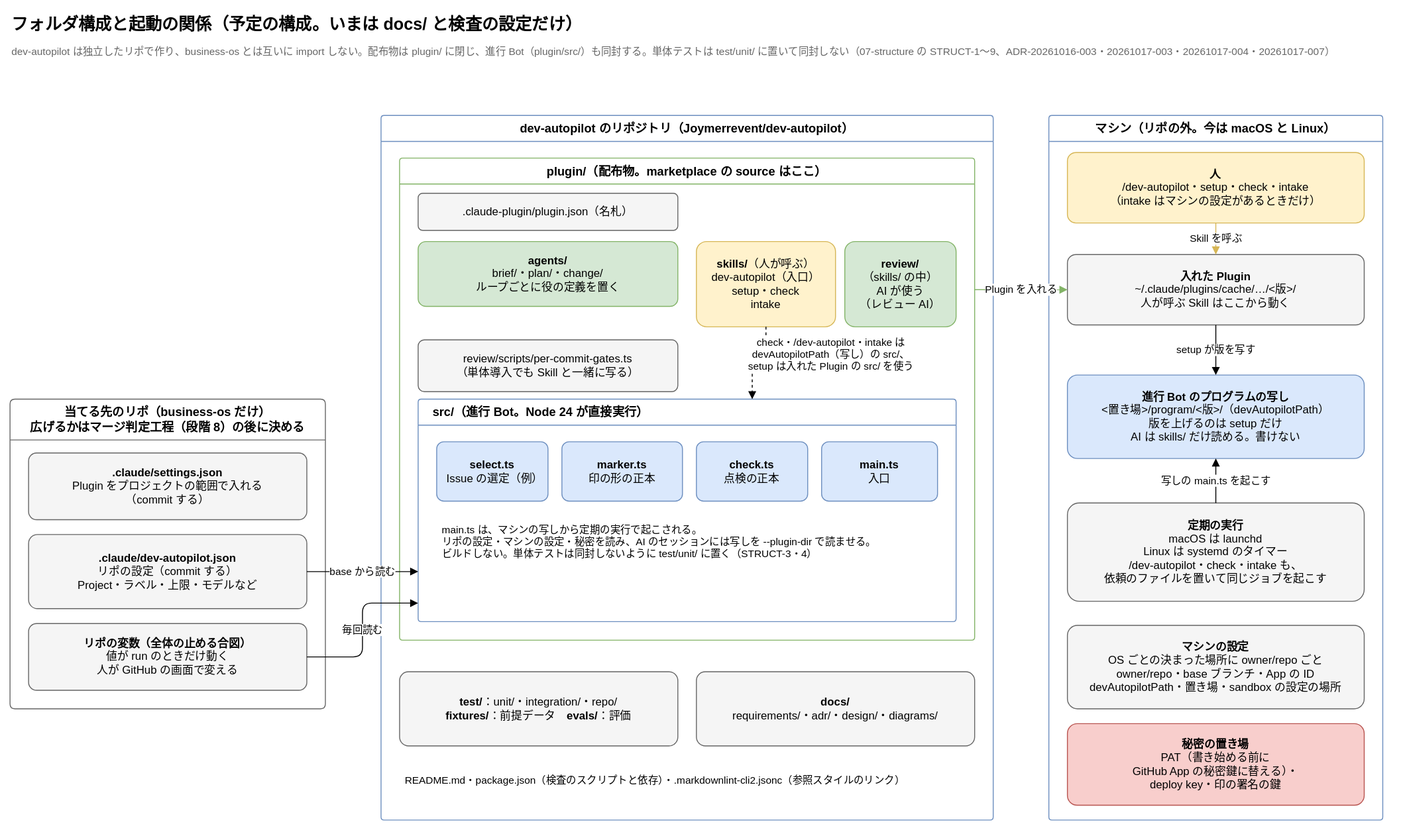
Above: docs/diagrams/structure.drawio.svg in Joymerrevent/dev-autopilot (draw.io), before the change. Source tidied: cells renumbered, new cells last; positions are measured from the earlier drawing's top-left corner, leaving out a move shared by most shapes.
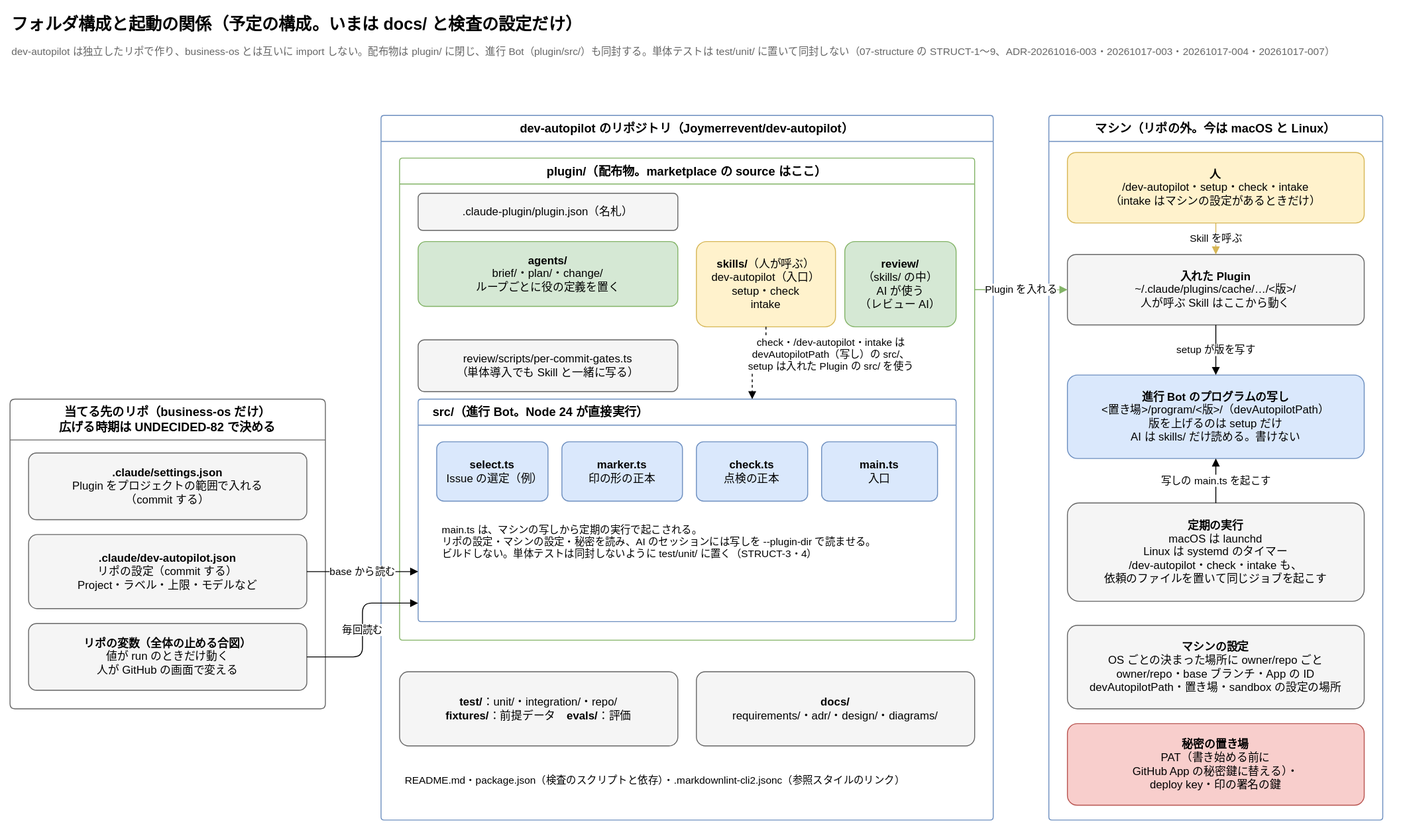
The same diagram one commit later.

Change to the diagram source:
```diff
@@ -8,7 +8,7 @@
     <mxCell id="3" value="dev-autopilot は独立したリポで作り、business-os とは互いに import しない。配布物は plugin/ に閉じ、進行 Bot（plugin/src/）も同封する。単体テストは test/unit/ に置いて同封しない（07-structure の STRUCT-1〜9、ADR-20261016-003・20261017-003・20261017-004・20261017-007）" style="text;html=1;whiteSpace=wrap;align=left;verticalAlign=top;fontSize=11;fontColor=#666666;" parent="1" vertex="1">
       <mxGeometry y="32" width="1480" height="22" as="geometry" />
     </mxCell>
-    <mxCell id="4" value="当てる先のリポ（business-os だけ）&lt;br&gt;広げるかはマージ判定工程（段階 8）の後に決める" style="swimlane;startSize=44;html=1;whiteSpace=wrap;rounded=1;arcSize=4;fontStyle=1;fontSize=13;strokeColor=#666666;fillColor=none;swimlaneFillColor=none;" parent="1" vertex="1">
+    <mxCell id="4" value="当てる先のリポ（business-os だけ）&lt;br&gt;広げる時期は UNDECIDED-82 で決める" style="swimlane;startSize=44;html=1;whiteSpace=wrap;rounded=1;arcSize=4;fontStyle=1;fontSize=13;strokeColor=#666666;fillColor=none;swimlaneFillColor=none;" parent="1" vertex="1">
       <mxGeometry y="420" width="340" height="334" as="geometry" />
     </mxCell>
     <mxCell id="5" value="&lt;b&gt;.claude/settings.json&lt;/b&gt;&lt;br&gt;Plugin をプロジェクトの範囲で入れる&lt;br&gt;（commit する）" style="rounded=1;whiteSpace=wrap;html=1;fontSize=12;arcSize=12;fillColor=#f5f5f5;strokeColor=#666666;spacing=12;" parent="4" vertex="1">
```
